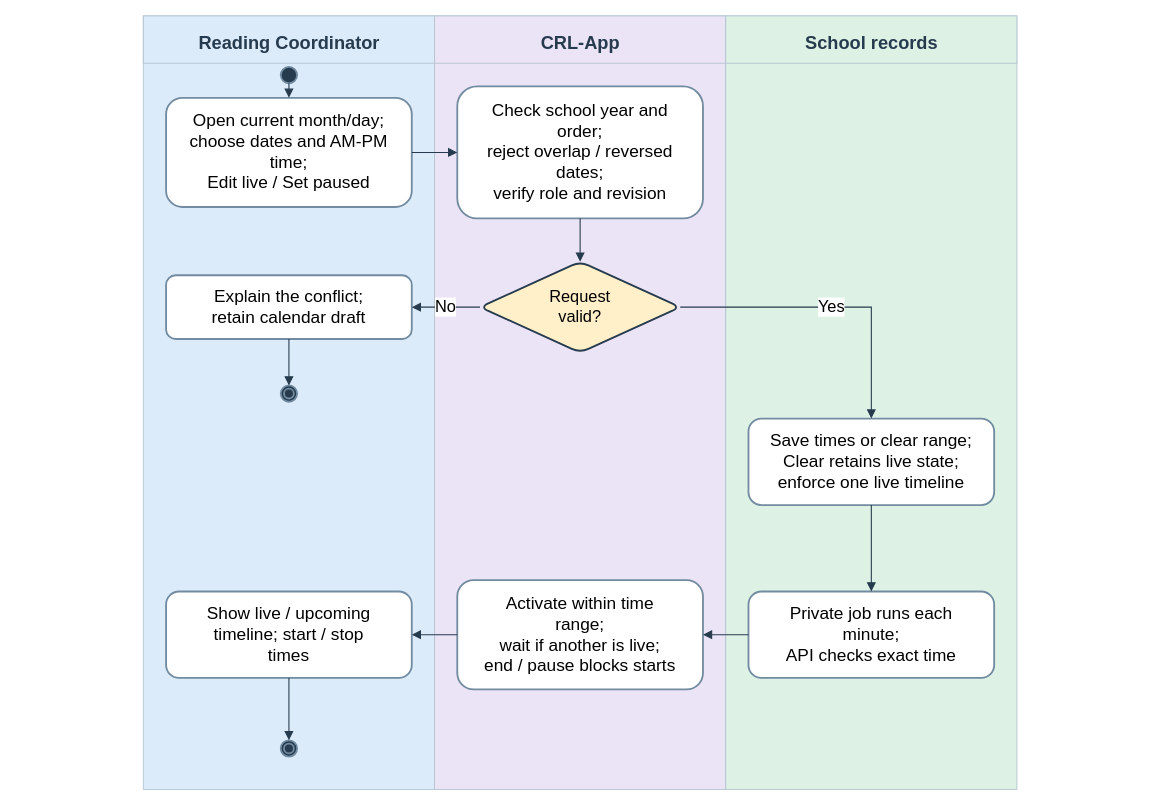
Earlier version of the draw.io diagram docs/diagrams/class-workspaces/figure-15e-timeline-scheduling.drawio (AkuSayangKamuJudaSayang/crl-app). Source tidied: cells renumbered, new cells numbered last; positions are measured from the earlier drawing's top-left corner, leaving out a move shared by most shapes. Both pictures are drawn from the tidied source at 91%, with x=0, y=0 at pixel (15, 15).
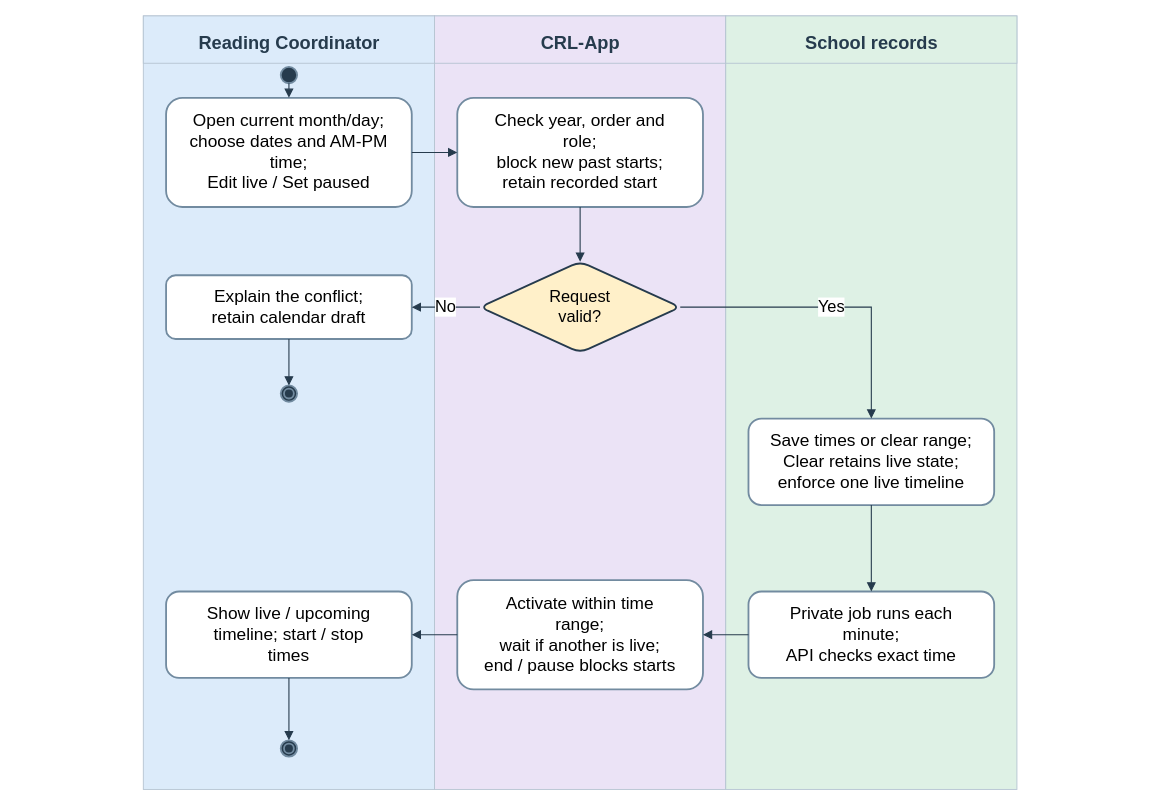
After the change.

Change to the diagram source:
```diff
@@
-    <mxCell id="13" value="Check school year and&lt;br&gt;order;&lt;br&gt;reject overlap / reversed&lt;br&gt;dates;&lt;br&gt;verify role and revision" style="rounded=1;whiteSpace=wrap;html=1;fontFamily=Arial;fillColor=#ffffff;strokeColor=#728ba0;strokeWidth=2;fontSize=19;" parent="1" vertex="1">
-      <mxGeometry x="485" y="77.5" width="270" height="145" as="geometry" />
+    <mxCell id="13" value="Check year, order and&lt;br&gt;role;&lt;br&gt;block new past starts;&lt;br&gt;retain recorded start" style="rounded=1;whiteSpace=wrap;html=1;fontFamily=Arial;fillColor=#ffffff;strokeColor=#728ba0;strokeWidth=2;fontSize=19;" parent="1" vertex="1">
+      <mxGeometry x="485" y="90" width="270" height="120" as="geometry" />
     </mxCell>
```
